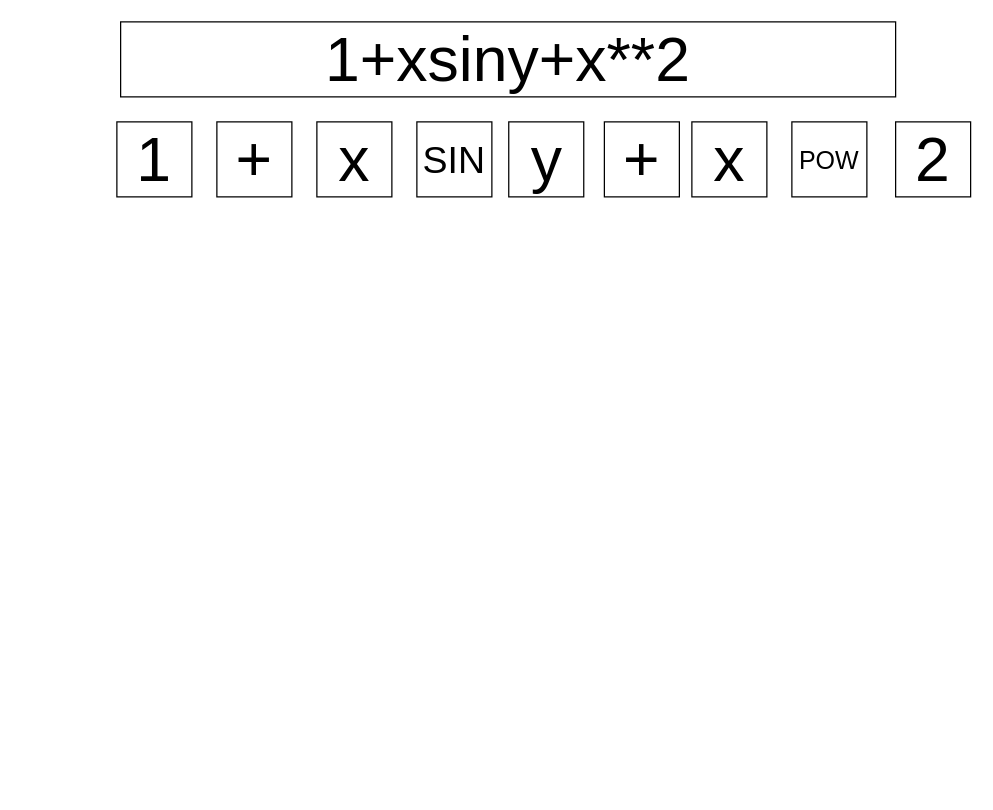
The draw.io diagram formulaparser.drawio in Mya-Mya/FormulaParser, before the edit. Source tidied: cells renumbered, new cells numbered last; positions are measured from the earlier drawing's top-left corner, leaving out a move shared by most shapes. Both pictures are drawn from the tidied source at 125%, with x=0, y=0 at pixel (116, 21).
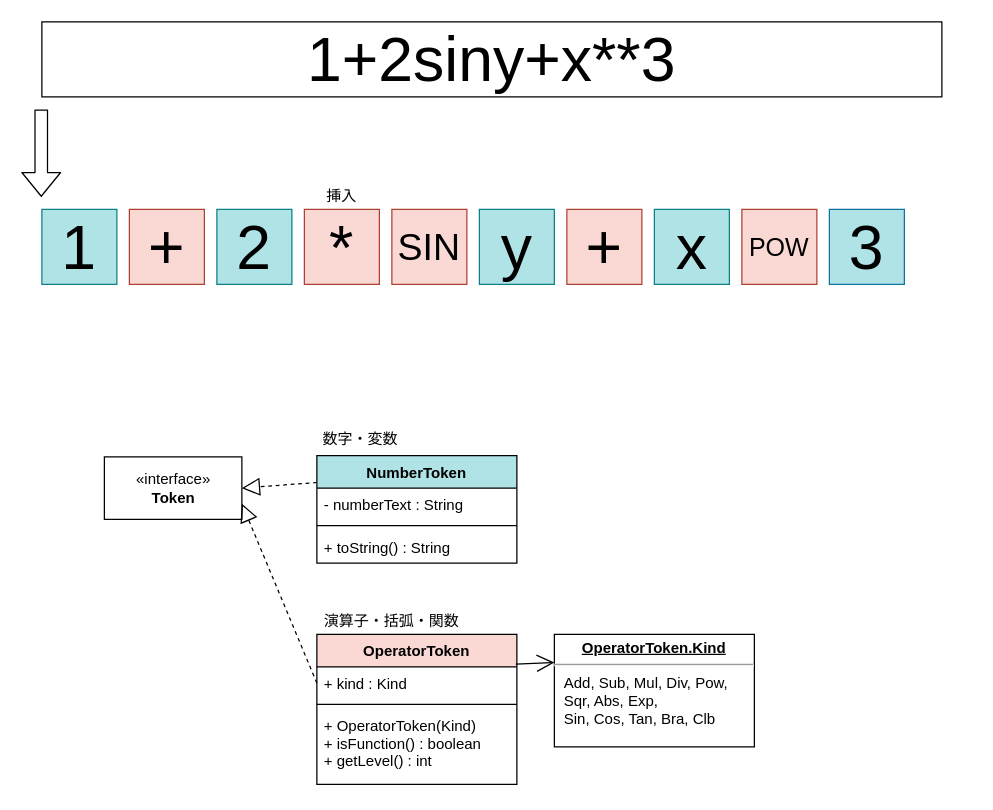
The same diagram, later.

Diff of the diagram source:
```diff
@@
-    <mxCell id="2" value="&lt;font style=&quot;font-size: 50px&quot;&gt;1+xsiny+x**2&lt;/font&gt;" style="rounded=0;whiteSpace=wrap;html=1;" parent="1" vertex="1">
-      <mxGeometry x="3" width="620" height="60" as="geometry" />
+    <mxCell id="2" value="&lt;font style=&quot;font-size: 50px&quot;&gt;1+2siny+x**3&lt;/font&gt;" style="rounded=0;whiteSpace=wrap;html=1;" parent="1" vertex="1">
+      <mxGeometry x="-60" width="720" height="60" as="geometry" />
     </mxCell>
-    <mxCell id="3" value="&lt;font style=&quot;font-size: 50px&quot;&gt;1&lt;/font&gt;" style="rounded=0;whiteSpace=wrap;html=1;" parent="1" vertex="1">
-      <mxGeometry y="80" width="60" height="60" as="geometry" />
+    <mxCell id="3" value="&lt;font style=&quot;font-size: 50px&quot;&gt;1&lt;/font&gt;" style="rounded=0;whiteSpace=wrap;html=1;fillColor=#b0e3e6;strokeColor=#0e8088;" parent="1" vertex="1">
+      <mxGeometry x="-60" y="150" width="60" height="60" as="geometry" />
     </mxCell>
-    <mxCell id="4" value="&lt;span style=&quot;font-size: 50px&quot;&gt;+&lt;/span&gt;" style="rounded=0;whiteSpace=wrap;html=1;" parent="1" vertex="1">
-      <mxGeometry x="80" y="80" width="60" height="60" as="geometry" />
+    <mxCell id="4" value="&lt;span style=&quot;font-size: 50px&quot;&gt;+&lt;/span&gt;" style="rounded=0;whiteSpace=wrap;html=1;fillColor=#fad9d5;strokeColor=#ae4132;" parent="1" vertex="1">
+      <mxGeometry x="10" y="150" width="60" height="60" as="geometry" />
     </mxCell>
-    <mxCell id="5" value="&lt;span style=&quot;font-size: 50px&quot;&gt;x&lt;/span&gt;" style="rounded=0;whiteSpace=wrap;html=1;" parent="1" vertex="1">
-      <mxGeometry x="160" y="80" width="60" height="60" as="geometry" />
+    <mxCell id="5" value="&lt;span style=&quot;font-size: 50px&quot;&gt;2&lt;/span&gt;" style="rounded=0;whiteSpace=wrap;html=1;fillColor=#b0e3e6;strokeColor=#0e8088;" parent="1" vertex="1">
+      <mxGeometry x="80" y="150" width="60" height="60" as="geometry" />
     </mxCell>
-    <mxCell id="6" value="&lt;font style=&quot;font-size: 30px&quot;&gt;SIN&lt;/font&gt;" style="rounded=0;whiteSpace=wrap;html=1;" parent="1" vertex="1">
-      <mxGeometry x="240" y="80" width="60" height="60" as="geometry" />
+    <mxCell id="6" value="&lt;font style=&quot;font-size: 30px&quot;&gt;SIN&lt;/font&gt;" style="rounded=0;whiteSpace=wrap;html=1;fillColor=#fad9d5;strokeColor=#ae4132;" parent="1" vertex="1">
+      <mxGeometry x="220" y="150" width="60" height="60" as="geometry" />
     </mxCell>
-    <mxCell id="7" value="&lt;span style=&quot;font-size: 50px&quot;&gt;y&lt;/span&gt;" style="rounded=0;whiteSpace=wrap;html=1;" parent="1" vertex="1">
-      <mxGeometry x="313.5" y="80" width="60" height="60" as="geometry" />
+    <mxCell id="7" value="&lt;span style=&quot;font-size: 50px&quot;&gt;y&lt;/span&gt;" style="rounded=0;whiteSpace=wrap;html=1;fillColor=#b0e3e6;strokeColor=#0e8088;" parent="1" vertex="1">
+      <mxGeometry x="290" y="150" width="60" height="60" as="geometry" />
     </mxCell>
-    <mxCell id="8" value="&lt;span style=&quot;font-size: 50px&quot;&gt;+&lt;/span&gt;" style="rounded=0;whiteSpace=wrap;html=1;" parent="1" vertex="1">
-      <mxGeometry x="390" y="80" width="60" height="60" as="geometry" />
+    <mxCell id="8" value="&lt;span style=&quot;font-size: 50px&quot;&gt;+&lt;/span&gt;" style="rounded=0;whiteSpace=wrap;html=1;fillColor=#fad9d5;strokeColor=#ae4132;" parent="1" vertex="1">
+      <mxGeometry x="360" y="150" width="60" height="60" as="geometry" />
     </mxCell>
-    <mxCell id="9" value="&lt;span style=&quot;font-size: 50px&quot;&gt;x&lt;/span&gt;" style="rounded=0;whiteSpace=wrap;html=1;" parent="1" vertex="1">
-      <mxGeometry x="460" y="80" width="60" height="60" as="geometry" />
+    <mxCell id="9" value="&lt;span style=&quot;font-size: 50px&quot;&gt;x&lt;/span&gt;" style="rounded=0;whiteSpace=wrap;html=1;fillColor=#b0e3e6;strokeColor=#0e8088;" parent="1" vertex="1">
+      <mxGeometry x="430" y="150" width="60" height="60" as="geometry" />
     </mxCell>
-    <mxCell id="10" value="&lt;font style=&quot;font-size: 20px&quot;&gt;POW&lt;/font&gt;" style="rounded=0;whiteSpace=wrap;html=1;" parent="1" vertex="1">
-      <mxGeometry x="540" y="80" width="60" height="60" as="geometry" />
+    <mxCell id="10" value="&lt;font style=&quot;font-size: 20px&quot;&gt;POW&lt;/font&gt;" style="rounded=0;whiteSpace=wrap;html=1;fillColor=#fad9d5;strokeColor=#ae4132;" parent="1" vertex="1">
+      <mxGeometry x="500" y="150" width="60" height="60" as="geometry" />
     </mxCell>
-    <mxCell id="11" value="&lt;span style=&quot;font-size: 50px&quot;&gt;2&lt;/span&gt;" style="rounded=0;whiteSpace=wrap;html=1;" parent="1" vertex="1">
-      <mxGeometry x="623" y="80" width="60" height="60" as="geometry" />
+    <mxCell id="11" value="&lt;span style=&quot;font-size: 50px&quot;&gt;3&lt;/span&gt;" style="rounded=0;whiteSpace=wrap;html=1;fillColor=#B0E3E6;strokeColor=#10739e;" parent="1" vertex="1">
+      <mxGeometry x="570" y="150" width="60" height="60" as="geometry" />
     </mxCell>
+    <mxCell id="12" style="shape=flexArrow;endArrow=classic;html=1;" parent="1" edge="1">
+      <mxGeometry relative="1" as="geometry">
+        <mxPoint x="-60.5" y="70" as="sourcePoint" />
+        <mxPoint x="-60.5" y="140" as="targetPoint" />
+      </mxGeometry>
+    </mxCell>
+    <mxCell id="13" value="&lt;font style=&quot;font-size: 50px&quot;&gt;*&lt;/font&gt;" style="rounded=0;whiteSpace=wrap;html=1;fillColor=#fad9d5;strokeColor=#ae4132;shadow=0;" parent="1" vertex="1">
+      <mxGeometry x="150" y="150" width="60" height="60" as="geometry" />
+    </mxCell>
+    <mxCell id="14" value="«interface»&lt;br&gt;&lt;b&gt;Token&lt;/b&gt;" style="html=1;" parent="1" vertex="1">
+      <mxGeometry x="-10" y="348" width="110" height="50" as="geometry" />
+    </mxCell>
+    <mxCell id="15" style="endArrow=block;dashed=1;endFill=0;endSize=12;html=1;entryX=1;entryY=0.5;entryDx=0;entryDy=0;exitX=0;exitY=0.25;exitDx=0;exitDy=0;" parent="1" edge="1" source="16" target="14">
+      <mxGeometry relative="1" as="geometry" />
+    </mxCell>
+    <mxCell id="16" value="NumberToken" style="swimlane;fontStyle=1;align=center;verticalAlign=top;horizontal=1;startSize=26;fillColor=#B0E3E6;" parent="1" vertex="1">
+      <mxGeometry x="160" y="347" width="160" height="86" as="geometry" />
+    </mxCell>
+    <mxCell id="17" value="- numberText : String" style="text;strokeColor=none;fillColor=none;align=left;verticalAlign=top;spacingLeft=4;spacingRight=4;overflow=hidden;" parent="16" vertex="1">
+      <mxGeometry y="26" width="160" height="26" as="geometry" />
+    </mxCell>
+    <mxCell id="18" style="line;strokeWidth=1;fillColor=none;align=left;verticalAlign=middle;spacingTop=-1;spacingLeft=3;spacingRight=3;labelPosition=right;" parent="16" vertex="1">
+      <mxGeometry y="52" width="160" height="8" as="geometry" />
+    </mxCell>
+    <mxCell id="19" value="+ toString() : String" style="text;strokeColor=none;fillColor=none;align=left;verticalAlign=top;spacingLeft=4;spacingRight=4;overflow=hidden;" parent="16" vertex="1">
+      <mxGeometry y="60" width="160" height="26" as="geometry" />
+    </mxCell>
+    <mxCell id="20" value="OperatorToken" style="swimlane;fontStyle=1;align=center;verticalAlign=top;horizontal=1;startSize=26;fillColor=#FAD9D5;" parent="1" vertex="1">
+      <mxGeometry x="160" y="490" width="160" height="120" as="geometry" />
+    </mxCell>
+    <mxCell id="21" value="+ kind : Kind" style="text;strokeColor=none;fillColor=none;align=left;verticalAlign=top;spacingLeft=4;spacingRight=4;overflow=hidden;points=[[0,0.5],[1,0.5]];portConstraint=eastwest;" parent="20" vertex="1">
+      <mxGeometry y="26" width="160" height="26" as="geometry" />
+    </mxCell>
+    <mxCell id="22" style="line;strokeWidth=1;fillColor=none;align=left;verticalAlign=middle;spacingTop=-1;spacingLeft=3;spacingRight=3;labelPosition=right;" parent="20" vertex="1">
+      <mxGeometry y="52" width="160" height="8" as="geometry" />
+    </mxCell>
+    <mxCell id="23" value="+ OperatorToken(Kind)&#10;+ isFunction() : boolean&#10;+ getLevel() : int" style="text;strokeColor=none;fillColor=none;align=left;verticalAlign=top;spacingLeft=4;spacingRight=4;overflow=hidden;" parent="20" vertex="1">
+      <mxGeometry y="60" width="160" height="60" as="geometry" />
+    </mxCell>
+    <mxCell id="24" style="endArrow=block;dashed=1;endFill=0;endSize=12;html=1;exitX=0;exitY=0.5;exitDx=0;exitDy=0;entryX=1;entryY=0.75;entryDx=0;entryDy=0;" parent="1" edge="1" source="21" target="14">
+      <mxGeometry relative="1" as="geometry" />
+    </mxCell>
+    <mxCell id="25" value="&lt;p style=&quot;margin: 0px ; margin-top: 4px ; text-align: center ; text-decoration: underline&quot;&gt;&lt;b&gt;OperatorToken.Kind&lt;/b&gt;&lt;/p&gt;&lt;hr&gt;&lt;p style=&quot;margin: 0px ; margin-left: 8px&quot;&gt;Add, Sub, Mul, Div, Pow,&amp;nbsp;&lt;/p&gt;&lt;p style=&quot;margin: 0px ; margin-left: 8px&quot;&gt;Sqr, Abs, Exp,&amp;nbsp;&lt;/p&gt;&lt;p style=&quot;margin: 0px ; margin-left: 8px&quot;&gt;Sin, Cos, Tan, Bra, Clb&lt;/p&gt;" style="verticalAlign=top;align=left;overflow=fill;fontSize=12;fontFamily=Helvetica;html=1;fillColor=none;" parent="1" vertex="1">
+      <mxGeometry x="350" y="490" width="160" height="90" as="geometry" />
+    </mxCell>
+    <mxCell id="26" style="endArrow=open;endFill=1;endSize=12;html=1;exitX=0.995;exitY=-0.083;exitDx=0;exitDy=0;entryX=0;entryY=0.25;entryDx=0;entryDy=0;exitPerimeter=0;" parent="1" edge="1" source="21" target="25">
+      <mxGeometry relative="1" as="geometry" />
+    </mxCell>
+    <mxCell id="27" value="挿入" style="text;html=1;strokeColor=none;fillColor=none;align=center;verticalAlign=middle;whiteSpace=wrap;rounded=0;shadow=0;" parent="1" vertex="1">
+      <mxGeometry x="160" y="130" width="40" height="20" as="geometry" />
+    </mxCell>
+    <mxCell id="28" value="数字・変数" style="text;html=1;strokeColor=none;fillColor=none;align=center;verticalAlign=middle;whiteSpace=wrap;rounded=0;shadow=0;" parent="1" vertex="1">
+      <mxGeometry x="160" y="324" width="70" height="20" as="geometry" />
+    </mxCell>
+    <mxCell id="29" value="演算子・括弧・関数" style="text;html=1;strokeColor=none;fillColor=none;align=center;verticalAlign=middle;whiteSpace=wrap;rounded=0;shadow=0;" parent="1" vertex="1">
+      <mxGeometry x="160" y="470" width="120" height="20" as="geometry" />
+    </mxCell>
```
